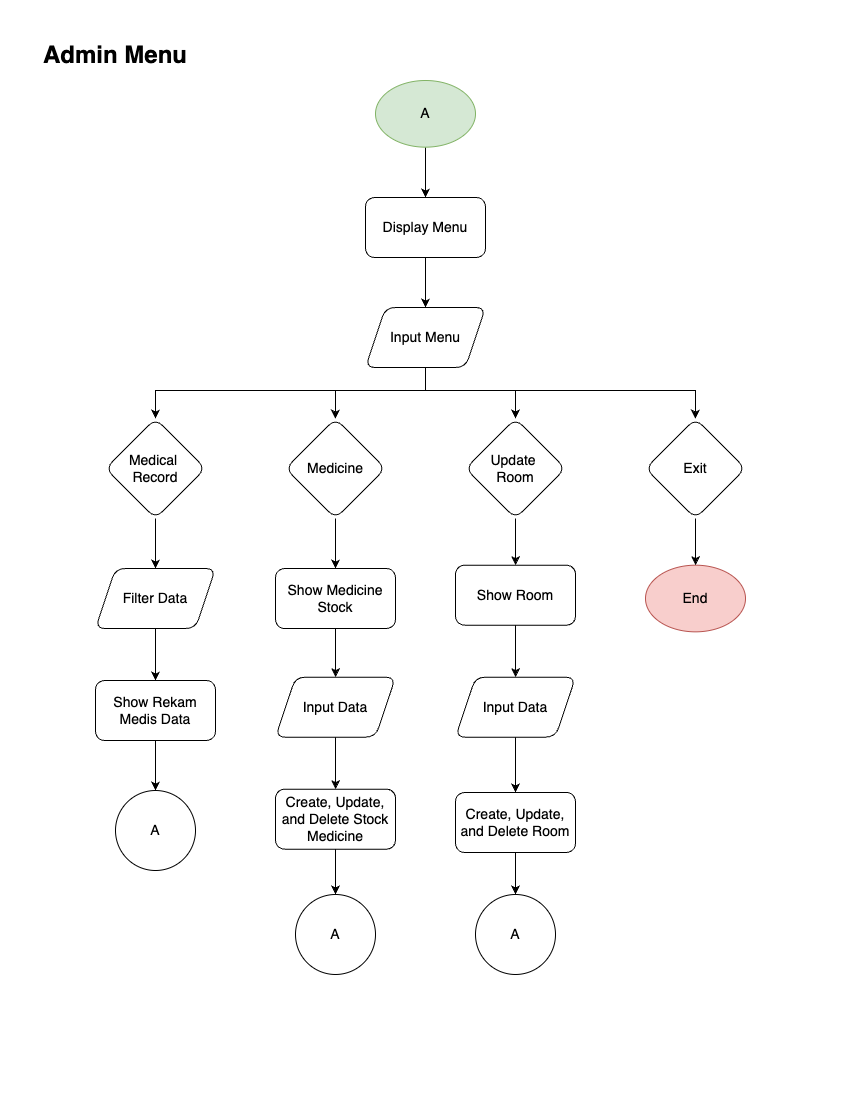
BrillianAK/Capstone-Project-1 keeps this draw.io diagram as Flowchart/Admin Menu.png. Above is the earlier version. Source tidied: cells renumbered, new cells last; positions are measured from the earlier drawing's top-left corner, leaving out a move shared by most shapes.
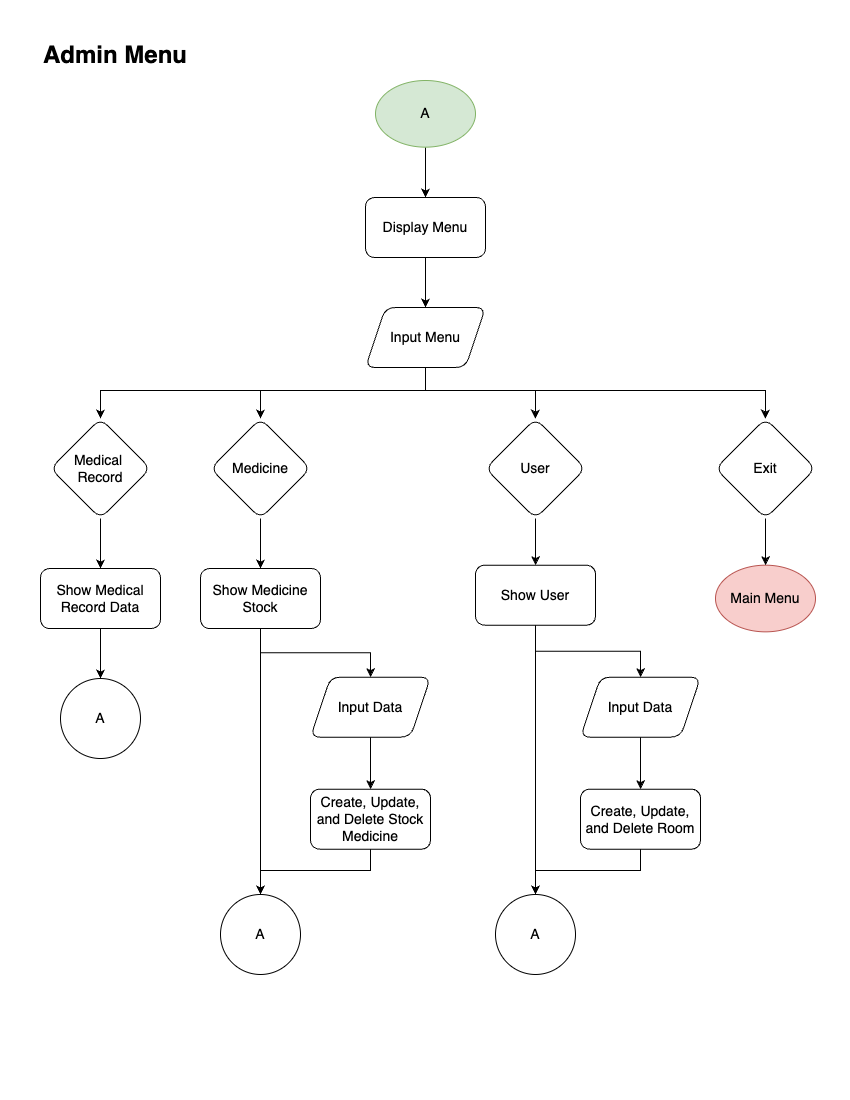
The same file after the commit.

The edit, as a diff of the source:
```diff
@@ -15,23 +15,15 @@
       <mxGeometry relative="1" as="geometry">
         <Array as="points">
           <mxPoint x="385" y="350" />
-          <mxPoint x="295" y="350" />
+          <mxPoint x="220" y="350" />
         </Array>
       </mxGeometry>
     </mxCell>
-    <mxCell id="6" style="edgeStyle=orthogonalEdgeStyle;rounded=0;jettySize=auto;html=1;entryX=0.5;entryY=0;entryDx=0;entryDy=0;" parent="1" edge="1" source="9" target="18">
-      <mxGeometry relative="1" as="geometry">
-        <Array as="points">
-          <mxPoint x="385" y="350" />
-          <mxPoint x="475" y="350" />
-        </Array>
-      </mxGeometry>
-    </mxCell>
     <mxCell id="7" style="edgeStyle=orthogonalEdgeStyle;rounded=0;jettySize=auto;html=1;" parent="1" edge="1" source="9" target="20">
       <mxGeometry relative="1" as="geometry">
         <Array as="points">
           <mxPoint x="385" y="350" />
-          <mxPoint x="655" y="350" />
+          <mxPoint x="725" y="350" />
         </Array>
       </mxGeometry>
     </mxCell>
@@ -39,18 +31,28 @@
       <mxGeometry relative="1" as="geometry">
         <Array as="points">
           <mxPoint x="385" y="350" />
-          <mxPoint x="115" y="350" />
+          <mxPoint x="60" y="350" />
         </Array>
       </mxGeometry>
     </mxCell>
+    <mxCell id="6" style="edgeStyle=orthogonalEdgeStyle;rounded=0;jettySize=auto;html=1;" parent="1" edge="1" source="9" target="18">
+      <mxGeometry relative="1" as="geometry">
+        <Array as="points">
+          <mxPoint x="385" y="350" />
+          <mxPoint x="495" y="350" />
+        </Array>
+      </mxGeometry>
+    </mxCell>
     <mxCell id="9" value="Input Menu" style="shape=parallelogram;perimeter=parallelogramPerimeter;whiteSpace=wrap;html=1;fixedSize=1;rotation=0;rounded=1;fontSize=14;" parent="1" vertex="1">
       <mxGeometry x="325" y="267" width="120" height="60" as="geometry" />
     </mxCell>
-    <mxCell id="10" style="edgeStyle=orthogonalEdgeStyle;rounded=0;jettySize=auto;html=1;entryX=0.5;entryY=0;entryDx=0;entryDy=0;" parent="1" edge="1" source="11" target="28">
-      <mxGeometry relative="1" as="geometry" />
+    <mxCell id="10" style="edgeStyle=orthogonalEdgeStyle;rounded=0;jettySize=auto;html=1;entryX=0.5;entryY=0;entryDx=0;entryDy=0;" parent="1" edge="1" source="11">
+      <mxGeometry relative="1" as="geometry">
+        <mxPoint x="60" y="528" as="targetPoint" />
+      </mxGeometry>
     </mxCell>
     <mxCell id="11" value="Medical&amp;nbsp;&lt;div&gt;Record&lt;/div&gt;" style="rhombus;whiteSpace=wrap;html=1;rounded=1;fontSize=14;" parent="1" vertex="1">
-      <mxGeometry x="65" y="378" width="100" height="100" as="geometry" />
+      <mxGeometry x="10" y="378" width="100" height="100" as="geometry" />
     </mxCell>
     <mxCell id="12" style="edgeStyle=orthogonalEdgeStyle;rounded=0;jettySize=auto;html=1;entryX=0.5;entryY=0;entryDx=0;entryDy=0;" parent="1" edge="1" source="13" target="9">
       <mxGeometry relative="1" as="geometry" />
@@ -58,83 +60,93 @@
     <mxCell id="13" value="Display Menu" style="rounded=1;whiteSpace=wrap;html=1;fontSize=14;" parent="1" vertex="1">
       <mxGeometry x="325" y="157" width="120" height="60" as="geometry" />
     </mxCell>
-    <mxCell id="14" value="End" style="ellipse;whiteSpace=wrap;html=1;fontSize=14;fillColor=#f8cecc;strokeColor=#b85450;" parent="1" vertex="1">
-      <mxGeometry x="605" y="524.7" width="100" height="66.7" as="geometry" />
+    <mxCell id="14" value="Main Menu" style="ellipse;whiteSpace=wrap;html=1;fontSize=14;fillColor=#f8cecc;strokeColor=#b85450;" parent="1" vertex="1">
+      <mxGeometry x="675" y="524.7" width="100" height="66.7" as="geometry" />
     </mxCell>
     <mxCell id="15" style="edgeStyle=orthogonalEdgeStyle;rounded=0;jettySize=auto;html=1;entryX=0.5;entryY=0;entryDx=0;entryDy=0;" parent="1" edge="1" source="16" target="37">
       <mxGeometry relative="1" as="geometry" />
     </mxCell>
     <mxCell id="16" value="Medicine" style="rhombus;whiteSpace=wrap;html=1;rounded=1;fontSize=14;" parent="1" vertex="1">
-      <mxGeometry x="245" y="378" width="100" height="100" as="geometry" />
+      <mxGeometry x="170" y="378" width="100" height="100" as="geometry" />
     </mxCell>
     <mxCell id="17" style="edgeStyle=orthogonalEdgeStyle;rounded=0;jettySize=auto;html=1;entryX=0.5;entryY=0;entryDx=0;entryDy=0;" parent="1" edge="1" source="18" target="39">
       <mxGeometry relative="1" as="geometry" />
     </mxCell>
-    <mxCell id="18" value="Update&amp;nbsp;&lt;div&gt;Room&lt;/div&gt;" style="rhombus;whiteSpace=wrap;html=1;rounded=1;fontSize=14;" parent="1" vertex="1">
-      <mxGeometry x="425" y="378" width="100" height="100" as="geometry" />
+    <mxCell id="18" value="User" style="rhombus;whiteSpace=wrap;html=1;rounded=1;fontSize=14;" parent="1" vertex="1">
+      <mxGeometry x="445" y="378" width="100" height="100" as="geometry" />
     </mxCell>
     <mxCell id="19" style="edgeStyle=orthogonalEdgeStyle;rounded=0;jettySize=auto;html=1;entryX=0.5;entryY=0;entryDx=0;entryDy=0;" parent="1" edge="1" source="20" target="14">
       <mxGeometry relative="1" as="geometry" />
     </mxCell>
     <mxCell id="20" value="Exit" style="rhombus;whiteSpace=wrap;html=1;rounded=1;fontSize=14;" parent="1" vertex="1">
-      <mxGeometry x="605" y="378" width="100" height="100" as="geometry" />
+      <mxGeometry x="675" y="378" width="100" height="100" as="geometry" />
     </mxCell>
     <mxCell id="21" style="edgeStyle=orthogonalEdgeStyle;rounded=0;jettySize=auto;html=1;entryX=0.5;entryY=0;entryDx=0;entryDy=0;" parent="1" edge="1" source="22" target="30">
-      <mxGeometry relative="1" as="geometry" />
+      <mxGeometry relative="1" as="geometry">
+        <Array as="points">
+          <mxPoint x="330" y="830" />
+          <mxPoint x="220" y="830" />
+        </Array>
+      </mxGeometry>
     </mxCell>
     <mxCell id="22" value="Create, Update, and Delete Stock Medicine" style="rounded=1;whiteSpace=wrap;html=1;fontSize=14;" parent="1" vertex="1">
-      <mxGeometry x="235" y="748.7" width="120" height="60" as="geometry" />
+      <mxGeometry x="270" y="748.7" width="120" height="60" as="geometry" />
     </mxCell>
     <mxCell id="23" style="edgeStyle=orthogonalEdgeStyle;rounded=0;jettySize=auto;html=1;entryX=0.5;entryY=0;entryDx=0;entryDy=0;" parent="1" edge="1" source="24" target="29">
       <mxGeometry relative="1" as="geometry" />
     </mxCell>
-    <mxCell id="24" value="Show Rekam Medis Data" style="rounded=1;whiteSpace=wrap;html=1;fontSize=14;" parent="1" vertex="1">
-      <mxGeometry x="55" y="640" width="120" height="60" as="geometry" />
+    <mxCell id="24" value="Show Medical Record Data" style="rounded=1;whiteSpace=wrap;html=1;fontSize=14;" parent="1" vertex="1">
+      <mxGeometry y="528" width="120" height="60" as="geometry" />
     </mxCell>
-    <mxCell id="25" style="edgeStyle=orthogonalEdgeStyle;rounded=0;jettySize=auto;html=1;entryX=0.5;entryY=0;entryDx=0;entryDy=0;" parent="1" edge="1" source="26" target="31">
-      <mxGeometry relative="1" as="geometry" />
+    <mxCell id="25" style="edgeStyle=orthogonalEdgeStyle;rounded=0;jettySize=auto;html=1;" parent="1" edge="1" source="26" target="31">
+      <mxGeometry relative="1" as="geometry">
+        <Array as="points">
+          <mxPoint x="600" y="830" />
+          <mxPoint x="495" y="830" />
+        </Array>
+      </mxGeometry>
     </mxCell>
     <mxCell id="26" value="Create, Update, and Delete Room" style="rounded=1;whiteSpace=wrap;html=1;fontSize=14;" parent="1" vertex="1">
-      <mxGeometry x="415" y="752" width="120" height="60" as="geometry" />
+      <mxGeometry x="540" y="748.7" width="120" height="60" as="geometry" />
     </mxCell>
-    <mxCell id="27" style="edgeStyle=orthogonalEdgeStyle;rounded=0;jettySize=auto;html=1;entryX=0.5;entryY=0;entryDx=0;entryDy=0;" parent="1" edge="1" source="28" target="24">
-      <mxGeometry relative="1" as="geometry" />
-    </mxCell>
-    <mxCell id="28" value="Filter Data" style="shape=parallelogram;perimeter=parallelogramPerimeter;whiteSpace=wrap;html=1;fixedSize=1;rotation=0;rounded=1;fontSize=14;" parent="1" vertex="1">
-      <mxGeometry x="55" y="528" width="120" height="60" as="geometry" />
-    </mxCell>
     <mxCell id="29" value="A" style="ellipse;whiteSpace=wrap;html=1;fontSize=14;" parent="1" vertex="1">
-      <mxGeometry x="75" y="750" width="80" height="80" as="geometry" />
+      <mxGeometry x="20" y="638" width="80" height="80" as="geometry" />
     </mxCell>
     <mxCell id="30" value="A" style="ellipse;whiteSpace=wrap;html=1;fontSize=14;" parent="1" vertex="1">
-      <mxGeometry x="255" y="854" width="80" height="80" as="geometry" />
+      <mxGeometry x="180" y="854" width="80" height="80" as="geometry" />
     </mxCell>
     <mxCell id="31" value="A" style="ellipse;whiteSpace=wrap;html=1;fontSize=14;" parent="1" vertex="1">
-      <mxGeometry x="435" y="854" width="80" height="80" as="geometry" />
+      <mxGeometry x="455" y="854" width="80" height="80" as="geometry" />
     </mxCell>
     <mxCell id="32" style="edgeStyle=orthogonalEdgeStyle;rounded=0;jettySize=auto;html=1;entryX=0.5;entryY=0;entryDx=0;entryDy=0;" parent="1" edge="1" source="33" target="22">
       <mxGeometry relative="1" as="geometry" />
     </mxCell>
     <mxCell id="33" value="Input Data" style="shape=parallelogram;perimeter=parallelogramPerimeter;whiteSpace=wrap;html=1;fixedSize=1;rotation=0;rounded=1;fontSize=14;" parent="1" vertex="1">
-      <mxGeometry x="235" y="636.7" width="120" height="60" as="geometry" />
+      <mxGeometry x="270" y="636.7" width="120" height="60" as="geometry" />
     </mxCell>
+    <mxCell id="36" style="edgeStyle=orthogonalEdgeStyle;rounded=0;jettySize=auto;html=1;entryX=0.5;entryY=0;entryDx=0;entryDy=0;" parent="1" edge="1" source="37" target="33">
+      <mxGeometry relative="1" as="geometry" />
+    </mxCell>
+    <mxCell id="40" style="edgeStyle=orthogonalEdgeStyle;rounded=0;jettySize=auto;html=1;" parent="1" edge="1" source="37" target="30">
+      <mxGeometry relative="1" as="geometry" />
+    </mxCell>
+    <mxCell id="37" value="Show Medicine Stock" style="rounded=1;whiteSpace=wrap;html=1;fontSize=14;" parent="1" vertex="1">
+      <mxGeometry x="160" y="528" width="120" height="60" as="geometry" />
+    </mxCell>
+    <mxCell id="38" style="edgeStyle=orthogonalEdgeStyle;rounded=0;jettySize=auto;html=1;entryX=0.5;entryY=0;entryDx=0;entryDy=0;" parent="1" edge="1" source="39" target="31">
+      <mxGeometry relative="1" as="geometry" />
+    </mxCell>
+    <mxCell id="41" style="edgeStyle=orthogonalEdgeStyle;rounded=0;jettySize=auto;html=1;" parent="1" edge="1" source="39" target="35">
+      <mxGeometry relative="1" as="geometry" />
+    </mxCell>
+    <mxCell id="39" value="Show User" style="rounded=1;whiteSpace=wrap;html=1;fontSize=14;" parent="1" vertex="1">
+      <mxGeometry x="435" y="524.7" width="120" height="60" as="geometry" />
+    </mxCell>
-    <mxCell id="34" style="edgeStyle=orthogonalEdgeStyle;rounded=0;jettySize=auto;html=1;entryX=0.5;entryY=0;entryDx=0;entryDy=0;" parent="1" edge="1" source="35" target="26">
+    <mxCell id="34" style="edgeStyle=orthogonalEdgeStyle;rounded=0;jettySize=auto;html=1;" parent="1" edge="1" source="35" target="26">
       <mxGeometry relative="1" as="geometry" />
     </mxCell>
     <mxCell id="35" value="Input Data" style="shape=parallelogram;perimeter=parallelogramPerimeter;whiteSpace=wrap;html=1;fixedSize=1;rotation=0;rounded=1;fontSize=14;" parent="1" vertex="1">
-      <mxGeometry x="415" y="636.7" width="120" height="60" as="geometry" />
+      <mxGeometry x="540" y="636.7" width="120" height="60" as="geometry" />
     </mxCell>
-    <mxCell id="36" style="edgeStyle=orthogonalEdgeStyle;rounded=0;jettySize=auto;html=1;entryX=0.5;entryY=0;entryDx=0;entryDy=0;" parent="1" edge="1" source="37" target="33">
-      <mxGeometry relative="1" as="geometry" />
-    </mxCell>
-    <mxCell id="37" value="Show Medicine Stock" style="rounded=1;whiteSpace=wrap;html=1;fontSize=14;" parent="1" vertex="1">
-      <mxGeometry x="235" y="528" width="120" height="60" as="geometry" />
-    </mxCell>
-    <mxCell id="38" style="edgeStyle=orthogonalEdgeStyle;rounded=0;jettySize=auto;html=1;entryX=0.5;entryY=0;entryDx=0;entryDy=0;" parent="1" edge="1" source="39" target="35">
-      <mxGeometry relative="1" as="geometry" />
-    </mxCell>
-    <mxCell id="39" value="Show Room" style="rounded=1;whiteSpace=wrap;html=1;fontSize=14;" parent="1" vertex="1">
-      <mxGeometry x="415" y="524.7" width="120" height="60" as="geometry" />
-    </mxCell>
   </root>
 </mxGraphModel>
```
